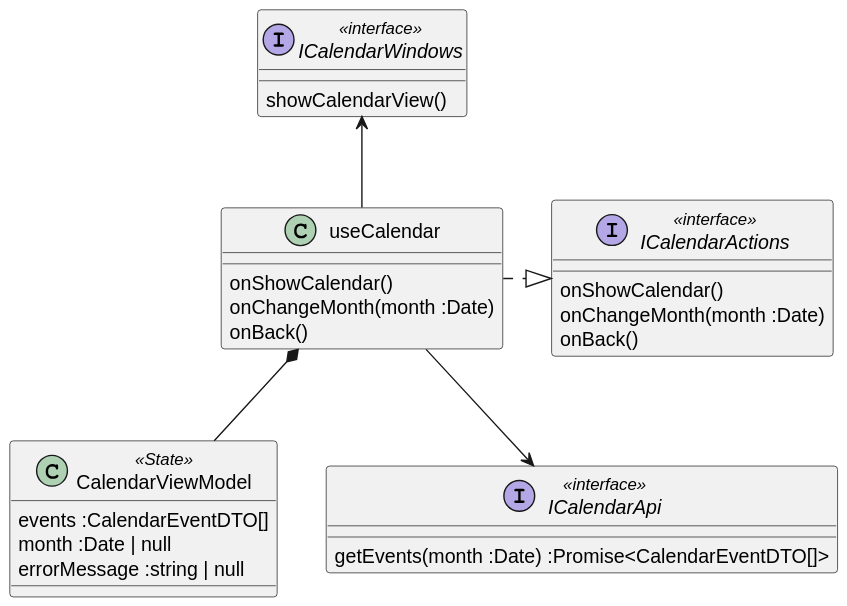
The PlantUML diagram diagrams/frontend/rendered/calendar-presenter.svg in Igor-Ochocki/POP-2026Z, before a commit.
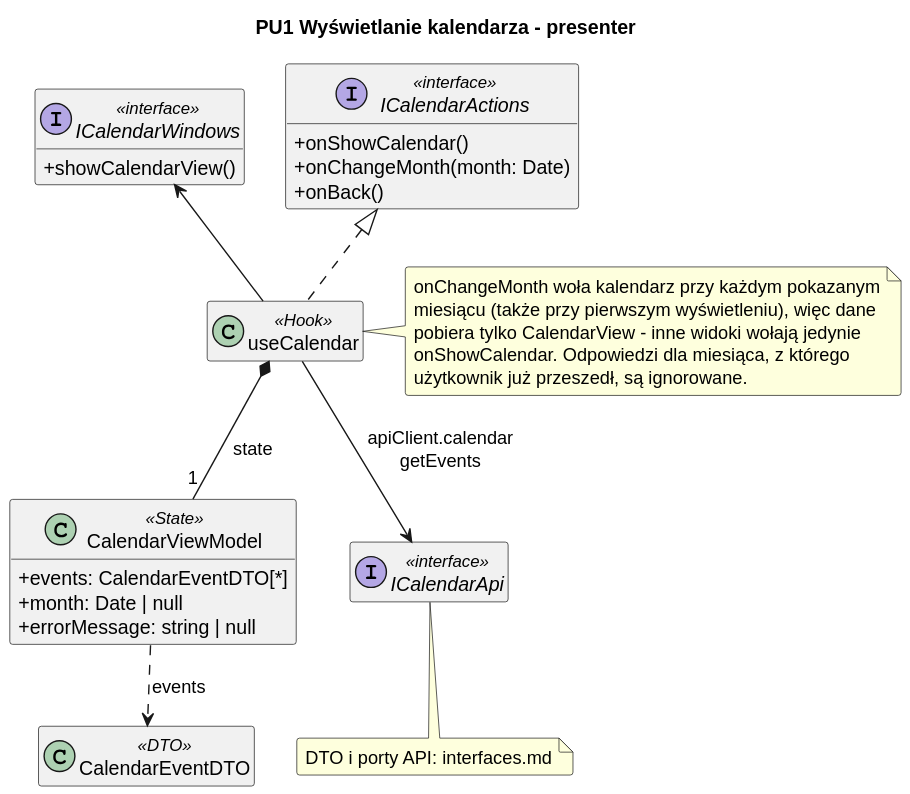
The same file after the commit.

What changed in the source:
```diff
@@ -1,33 +1,51 @@
 @startuml
-class useCalendar {
-onShowCalendar()
-onChangeMonth(month :Date)
-onBack()
-}
+skinparam classAttributeIconSize 0
+skinparam packageStyle rectangle
+skinparam shadowing false
+skinparam roundcorner 4
+skinparam linetype polyline
+skinparam nodesep 30
+skinparam ranksep 40
+hide empty members
 
-class CalendarViewModel <<State>> {
-events :CalendarEventDTO[]
-month :Date | null
-errorMessage :string | null
-}
+title PU1 Wyświetlanie kalendarza - presenter
 
 interface ICalendarActions <<interface>> {
-onShowCalendar()
-onChangeMonth(month :Date)
-onBack()
-}
-
-useCalendar .|> ICalendarActions
-useCalendar *-- CalendarViewModel
-
-useCalendar --> ICalendarApi
-useCalendar -u-> ICalendarWindows
-
-interface ICalendarApi <<interface>> {
-getEvents(month :Date) :Promise<CalendarEventDTO[]>
+    + onShowCalendar()
+    + onChangeMonth(month: Date)
+    + onBack()
 }
 
 interface ICalendarWindows <<interface>> {
-showCalendarView()
+    + showCalendarView()
 }
+
+class useCalendar <<Hook>>
+
+class CalendarViewModel <<State>> {
+    + events: CalendarEventDTO[*]
+    + month: Date | null
+    + errorMessage: string | null
+}
+
+interface ICalendarApi <<interface>>
+class CalendarEventDTO <<DTO>>
+
+useCalendar .u.|> ICalendarActions
+useCalendar -u-> ICalendarWindows
+useCalendar *-- "1" CalendarViewModel : state
+CalendarViewModel ..> CalendarEventDTO : events
+useCalendar --> ICalendarApi : apiClient.calendar\ngetEvents
+
+note right of useCalendar
+    onChangeMonth woła kalendarz przy każdym pokazanym
+    miesiącu (także przy pierwszym wyświetleniu), więc dane
+    pobiera tylko CalendarView - inne widoki wołają jedynie
+    onShowCalendar. Odpowiedzi dla miesiąca, z którego
+    użytkownik już przeszedł, są ignorowane.
+end note
+
+note bottom of ICalendarApi
+    DTO i porty API: interfaces.md
+end note
 @enduml
```
